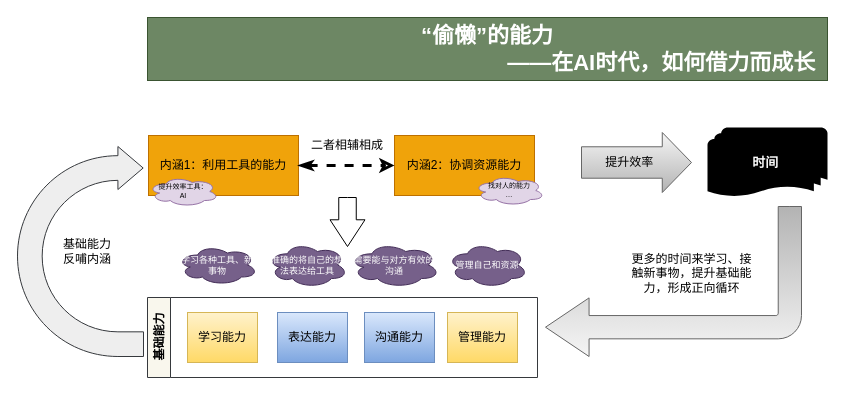
This is 会议.drawio from cwsheng/drawingio, a draw.io file, before an edit. Source tidied: cells renumbered, new cells numbered last; positions are measured from the earlier drawing's top-left corner, leaving out a move shared by most shapes. Both pictures are drawn from the tidied source at 100%, with x=0, y=0 at pixel (17, 17).
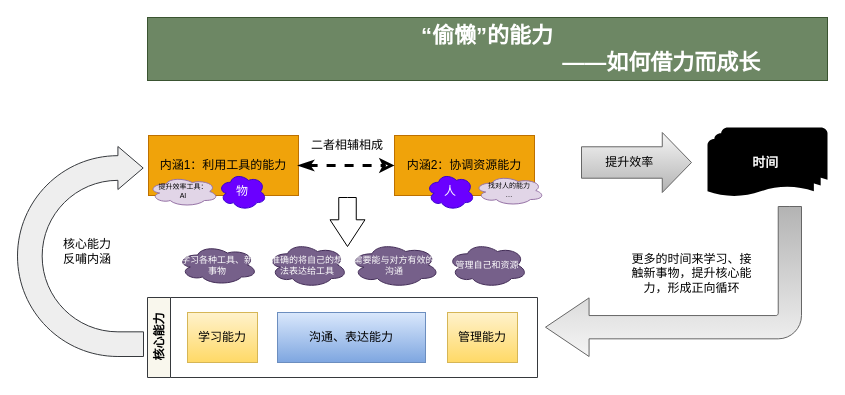
The same page after the edit.

The change refers to these unchanged cells:
```xml
<mxCell id="9" style="group;" parent="1" vertex="1">
  <mxGeometry x="140" y="280" width="380" height="80" as="geometry" />
</mxCell>
```

The edit, as a diff of the source:
```diff
@@
-    <mxCell id="2" value="“偷懒”的能力&lt;br&gt;&amp;nbsp; &amp;nbsp; &amp;nbsp; &amp;nbsp; &amp;nbsp; &amp;nbsp; &amp;nbsp; &amp;nbsp; &amp;nbsp; &amp;nbsp; &amp;nbsp; &amp;nbsp; &amp;nbsp; &amp;nbsp; &amp;nbsp; &amp;nbsp; &amp;nbsp; &amp;nbsp; &amp;nbsp; &amp;nbsp; &amp;nbsp; &amp;nbsp; &amp;nbsp; &amp;nbsp; &amp;nbsp; &amp;nbsp; &amp;nbsp; &amp;nbsp; &amp;nbsp;——在AI时代，如何借力而成长" style="rounded=0;whiteSpace=wrap;html=1;fillColor=#6d8764;fontColor=#ffffff;strokeColor=#3A5431;fontStyle=1;fontSize=22;" parent="1" vertex="1">
+    <mxCell id="2" value="“偷懒”的能力&lt;br&gt;&amp;nbsp; &amp;nbsp; &amp;nbsp; &amp;nbsp; &amp;nbsp; &amp;nbsp; &amp;nbsp; &amp;nbsp; &amp;nbsp; &amp;nbsp; &amp;nbsp; &amp;nbsp; &amp;nbsp; &amp;nbsp; &amp;nbsp; &amp;nbsp; &amp;nbsp; &amp;nbsp; &amp;nbsp; &amp;nbsp; &amp;nbsp; &amp;nbsp; &amp;nbsp; &amp;nbsp; &amp;nbsp; &amp;nbsp; &amp;nbsp; &amp;nbsp; &amp;nbsp;——如何借力而成长" style="rounded=0;whiteSpace=wrap;html=1;fillColor=#6d8764;fontColor=#ffffff;strokeColor=#3A5431;fontStyle=1;fontSize=22;" parent="1" vertex="1">
       <mxGeometry x="130" width="680" height="63" as="geometry" />
     </mxCell>
@@
-    <mxCell id="10" value="基础能力" style="swimlane;horizontal=0;whiteSpace=wrap;html=1;fillColor=#f9f7ed;strokeColor=#36393d;" parent="9" vertex="1">
+    <mxCell id="10" value="核心能力" style="swimlane;horizontal=0;whiteSpace=wrap;html=1;fillColor=#f9f7ed;strokeColor=#36393d;" parent="9" vertex="1">
       <mxGeometry x="-10" width="390" height="80" as="geometry" />
     </mxCell>
@@
-    <mxCell id="12" value="沟通能力" style="rounded=0;whiteSpace=wrap;html=1;fillColor=#dae8fc;gradientColor=#7ea6e0;strokeColor=#6c8ebf;" parent="10" vertex="1">
-      <mxGeometry x="217" y="15" width="70" height="50" as="geometry" />
-    </mxCell>
-    <mxCell id="13" value="表达能力" style="rounded=0;whiteSpace=wrap;html=1;fillColor=#dae8fc;gradientColor=#7ea6e0;strokeColor=#6c8ebf;" parent="10" vertex="1">
-      <mxGeometry x="130" y="15" width="70" height="50" as="geometry" />
+    <mxCell id="13" value="沟通、表达能力" style="rounded=0;whiteSpace=wrap;html=1;fillColor=#dae8fc;gradientColor=#7ea6e0;strokeColor=#6c8ebf;" parent="10" vertex="1">
+      <mxGeometry x="130" y="15" width="148" height="50" as="geometry" />
     </mxCell>
@@
-    <mxCell id="17" value="更多的时间来学习、接触新事物，提升基础能力，形成正向循环" style="text;html=1;whiteSpace=wrap;strokeColor=none;fillColor=none;align=center;verticalAlign=middle;rounded=0;" parent="1" vertex="1">
+    <mxCell id="17" value="更多的时间来学习、接触新事物，提升核心能力，形成正向循环" style="text;html=1;whiteSpace=wrap;strokeColor=none;fillColor=none;align=center;verticalAlign=middle;rounded=0;" parent="1" vertex="1">
       <mxGeometry x="609" y="236" width="131" height="40" as="geometry" />
     </mxCell>
@@
-    <mxCell id="25" value="基础能力反哺内涵" style="text;html=1;whiteSpace=wrap;strokeColor=none;fillColor=none;align=center;verticalAlign=middle;rounded=0;" parent="1" vertex="1">
+    <mxCell id="25" value="核心能力反哺内涵" style="text;html=1;whiteSpace=wrap;strokeColor=none;fillColor=none;align=center;verticalAlign=middle;rounded=0;" parent="1" vertex="1">
       <mxGeometry x="40" y="219" width="60" height="30" as="geometry" />
     </mxCell>
+    <mxCell id="26" value="物" style="ellipse;shape=cloud;whiteSpace=wrap;html=1;fillColor=#6a00ff;strokeColor=#3700CC;fontColor=#ffffff;" parent="1" vertex="1">
+      <mxGeometry x="201" y="155.5" width="48" height="37" as="geometry" />
+    </mxCell>
+    <mxCell id="27" value="人" style="ellipse;shape=cloud;whiteSpace=wrap;html=1;fillColor=#6a00ff;strokeColor=#3700CC;fontColor=#ffffff;" parent="1" vertex="1">
+      <mxGeometry x="409" y="155.5" width="48" height="37" as="geometry" />
+    </mxCell>
```
